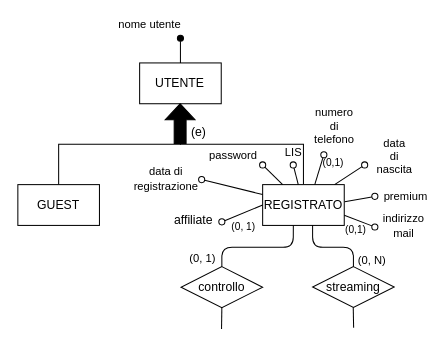
The draw.io diagram Progetto Esame - DBSperimentazioni A.A. 2023-2024/Diagrammi/generalizzazioni/2.3.2.1_gen_1b_cor.drawio in Mattron2000/Basi_di_dati, before the edit. Source tidied: cells renumbered, new cells numbered last; positions are measured from the earlier drawing's top-left corner, leaving out a move shared by most shapes. Both pictures are drawn from the tidied source at 102%, with x=0, y=0 at pixel (17, 38).
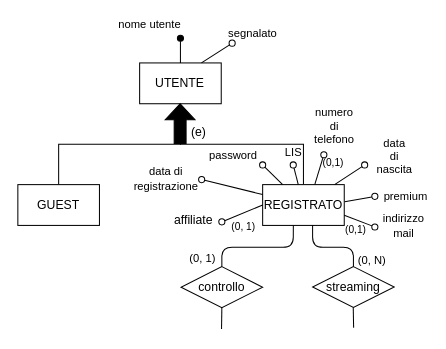
The same diagram, later.

Change to the diagram source:
```diff
@@
+    <mxCell id="38" style="endArrow=oval;html=1;fillStyle=auto;strokeWidth=1;startSize=6;endSize=6;fillColor=#000000;startArrow=none;startFill=0;endFill=0;exitX=0.75;exitY=0;exitDx=0;exitDy=0;" parent="1" edge="1">
+      <mxGeometry relative="1" as="geometry">
+        <mxPoint x="180" y="24.2" as="sourcePoint" />
+        <mxPoint x="210.1" y="4.8" as="targetPoint" />
+      </mxGeometry>
+    </mxCell>
+    <mxCell id="39" value="&lt;font style=&quot;font-size: 11px;&quot;&gt;segnalato&lt;/font&gt;" style="text;html=1;align=center;verticalAlign=middle;strokeColor=none;fillColor=none;" parent="1" vertex="1">
+      <mxGeometry x="195.3" y="-20.3" width="70" height="30" as="geometry" />
+    </mxCell>
```
